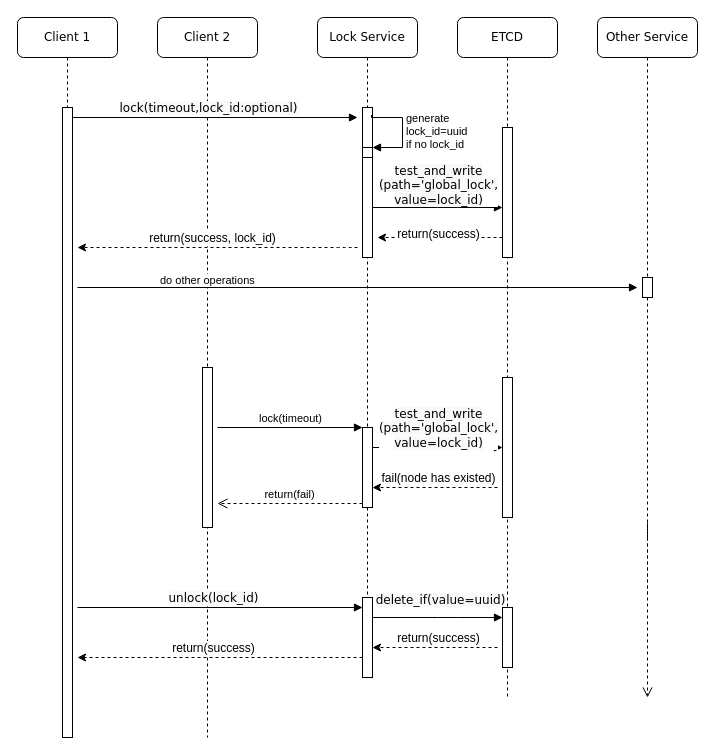
The draw.io diagram lockservice.drawio in terryzhu/playground, before the edit. Source tidied: cells renumbered, new cells numbered last; positions are measured from the earlier drawing's top-left corner, leaving out a move shared by most shapes. Both pictures are drawn from the tidied source at 100%, with x=0, y=0 at pixel (17, 17).
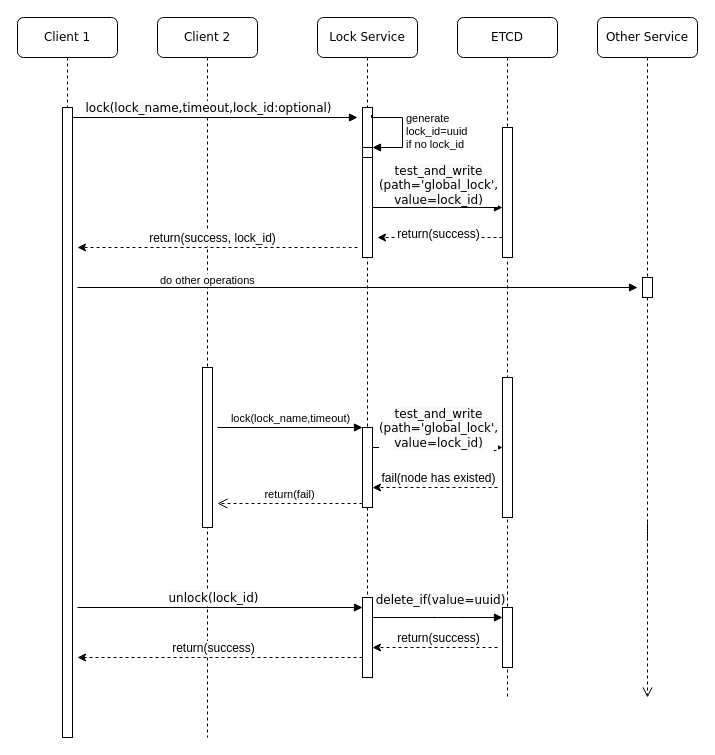
Above is the later version.

The change refers to these unchanged cells:
```xml
<mxCell id="8" style="html=1;points=[];perimeter=orthogonalPerimeter;" parent="4" vertex="1">
  <mxGeometry x="45" y="410" width="10" height="80" as="geometry" />
</mxCell>
<mxCell id="19" style="html=1;verticalAlign=bottom;endArrow=block;labelBackgroundColor=none;fontFamily=Verdana;fontSize=12;edgeStyle=elbowEdgeStyle;elbow=vertical;" parent="1" edge="1" source="14">
  <mxGeometry relative="1" as="geometry">
    <mxPoint x="340" y="100" as="targetPoint" />
  </mxGeometry>
</mxCell>
```

Diff of the diagram source:
```diff
@@
-    <mxCell id="20" value="&lt;span style=&quot;font-family: &amp;#34;verdana&amp;#34; ; background-color: rgb(248 , 249 , 250)&quot;&gt;lock(timeout,lock_id:optional)&lt;/span&gt;" style="text;html=1;align=center;verticalAlign=middle;labelBackgroundColor=#ffffff;" parent="19" vertex="1">
+    <mxCell id="20" value="&lt;span style=&quot;font-family: &amp;#34;verdana&amp;#34; ; background-color: rgb(248 , 249 , 250)&quot;&gt;lock(lock_name,timeout,lock_id:optional)&lt;/span&gt;" style="text;html=1;align=center;verticalAlign=middle;labelBackgroundColor=#ffffff;" parent="19" vertex="1">
       <mxGeometry x="0.44" y="-1" relative="1" as="geometry">
         <mxPoint x="-70" y="-11" as="offset" />
       </mxGeometry>
     </mxCell>
@@
-    <mxCell id="25" value="lock(timeout)" style="html=1;verticalAlign=bottom;endArrow=block;entryX=0;entryY=0;" parent="1" edge="1" target="8">
+    <mxCell id="25" value="lock(lock_name,timeout)" style="html=1;verticalAlign=bottom;endArrow=block;entryX=0;entryY=0;" parent="1" edge="1" target="8">
       <mxGeometry relative="1" as="geometry">
         <mxPoint x="200" y="410" as="sourcePoint" />
       </mxGeometry>
     </mxCell>
```
